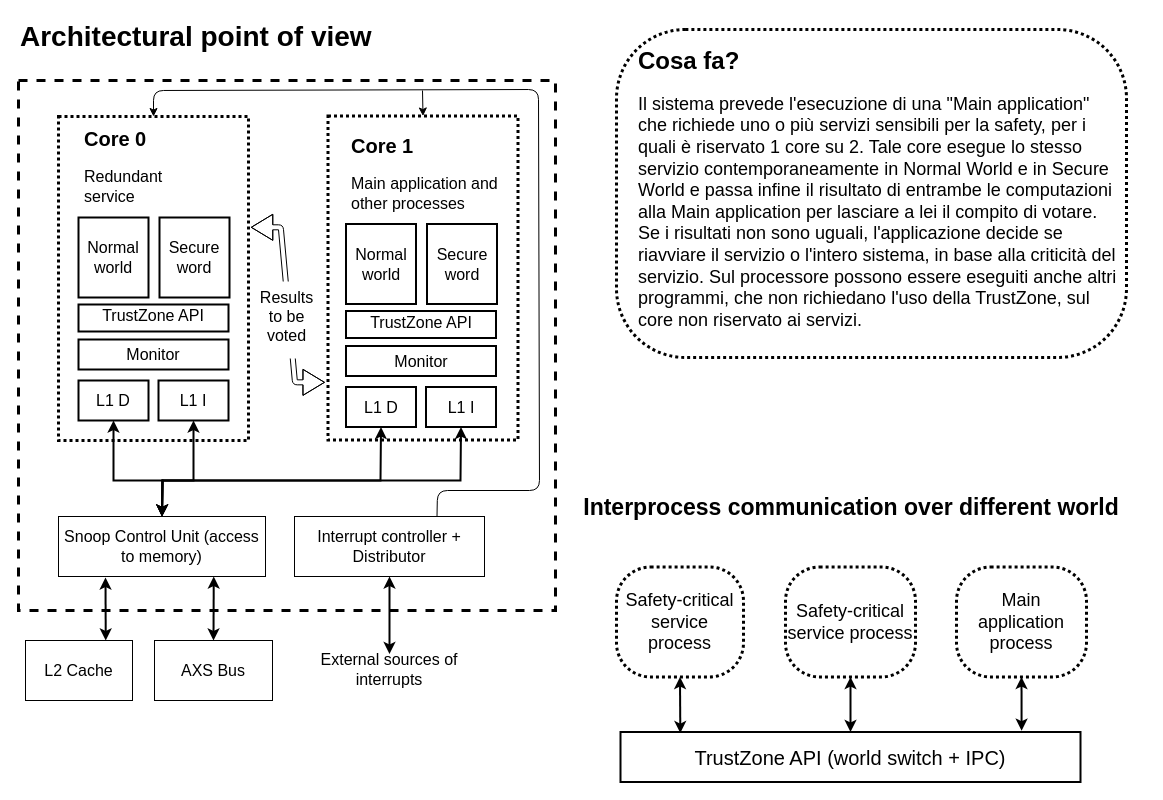
Before: page "Page-3" (4 of 5) of Untitled Diagram.drawio in gabrielegiannini/quality-and-certification-project, a draw.io diagram. Source tidied: cells renumbered, new cells numbered last; positions are measured from the earlier drawing's top-left corner, leaving out a move shared by most shapes. Both pictures are drawn from the tidied source at 100%, with x=0, y=0 at pixel (18, 17).
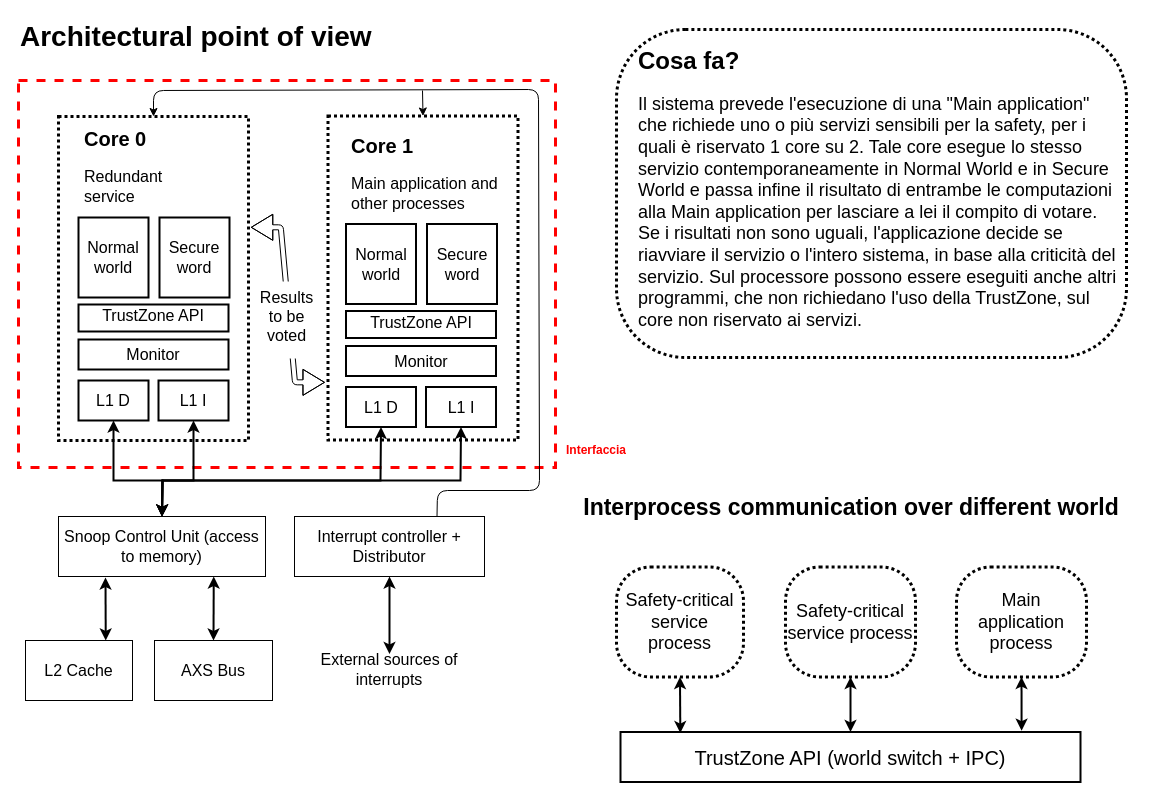
The same diagram, later.

The edit, as a diff of the source:
```diff
@@
-    <mxCell id="2" style="rounded=0;whiteSpace=wrap;html=1;fillColor=none;dashed=1;strokeWidth=3;fontSize=16;" parent="1" vertex="1">
-      <mxGeometry y="63" width="537" height="530" as="geometry" />
+    <mxCell id="2" style="rounded=0;whiteSpace=wrap;html=1;fillColor=none;dashed=1;strokeWidth=3;fontSize=16;strokeColor=#FF0000;" parent="1" vertex="1">
+      <mxGeometry y="63" width="537" height="387" as="geometry" />
     </mxCell>
@@
+    <mxCell id="47" value="&lt;b&gt;&lt;font color=&quot;#FF0000&quot;&gt;Interfaccia&lt;/font&gt;&lt;/b&gt;" style="text;html=1;align=center;verticalAlign=middle;whiteSpace=wrap;rounded=0;" parent="1" vertex="1">
+      <mxGeometry x="558" y="423" width="40" height="20" as="geometry" />
+    </mxCell>
```
